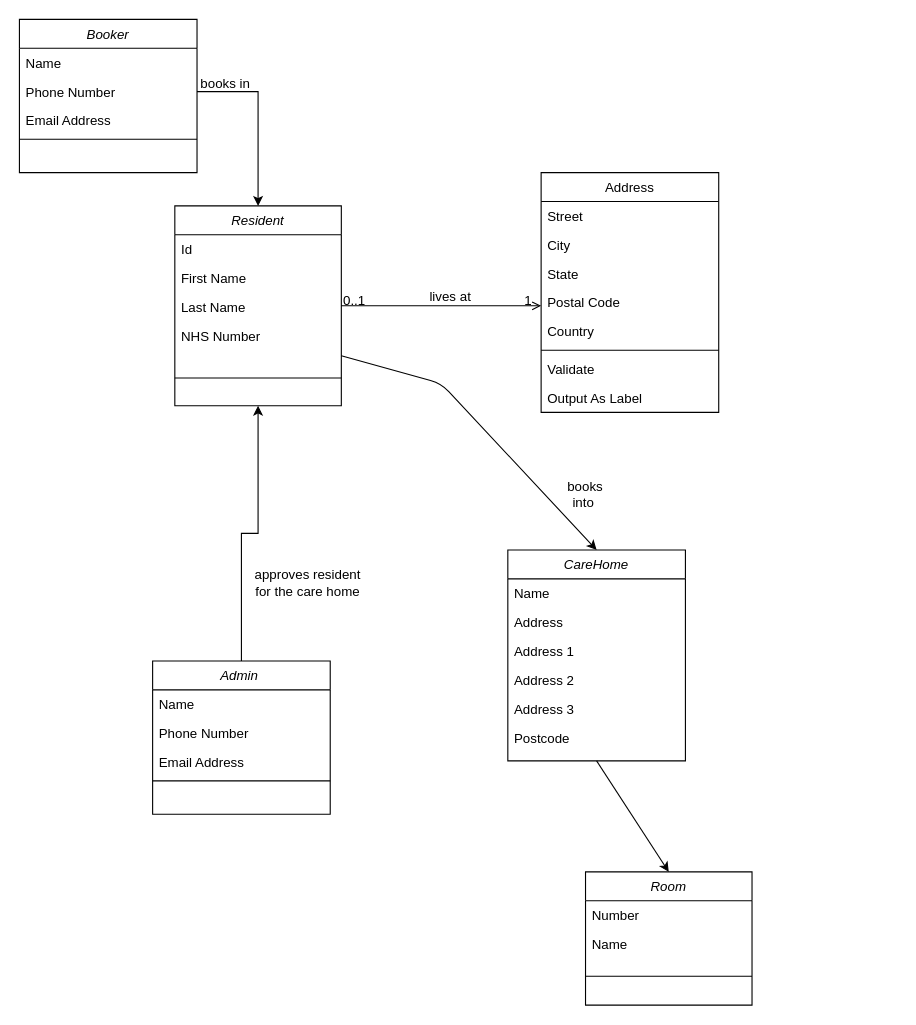
Before: CareHomeClassDiagram.drawio in mattwatts36/drawings, a draw.io diagram. Source tidied: cells renumbered, new cells numbered last; positions are measured from the earlier drawing's top-left corner, leaving out a move shared by most shapes. Both pictures are drawn from the tidied source at 111%, with x=0, y=0 at pixel (19, 19).
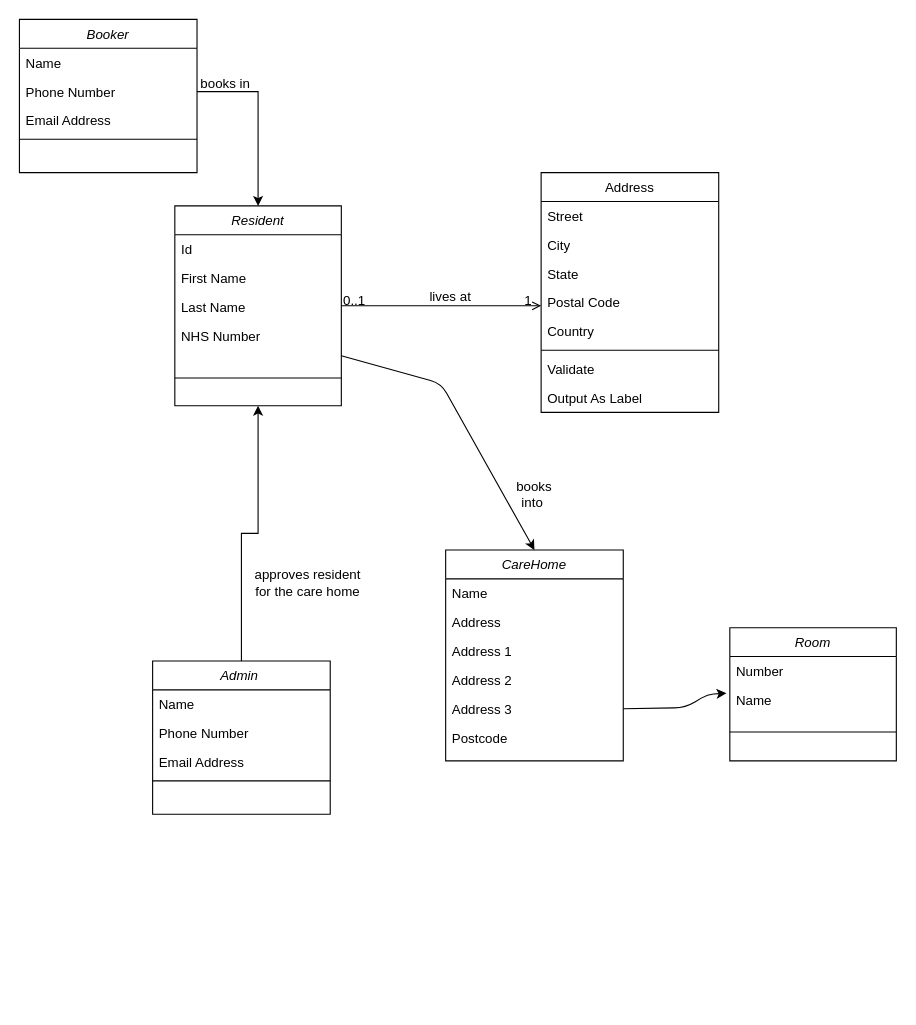
After the change.

Unchanged cells that the change refers to:
```xml
<mxCell id="38" value="Address 3" style="text;align=left;verticalAlign=top;spacingLeft=4;spacingRight=4;overflow=hidden;points=[[0,0.5],[1,0.5]];portConstraint=eastwest;" parent="33" vertex="1">
  <mxGeometry y="130" width="160" height="26" as="geometry" />
</mxCell>
<mxCell id="46" value="Name" style="text;align=left;verticalAlign=top;spacingLeft=4;spacingRight=4;overflow=hidden;points=[[0,0.5],[1,0.5]];portConstraint=eastwest;" parent="44" vertex="1">
  <mxGeometry y="52" width="150" height="26" as="geometry" />
</mxCell>
```

Diff of the diagram source:
```diff
@@
     <mxCell id="33" value="CareHome" style="swimlane;fontStyle=2;align=center;verticalAlign=top;horizontal=1;startSize=26;rounded=0;shadow=0;strokeWidth=1;" parent="1" vertex="1">
-      <mxGeometry x="440" y="478" width="160" height="190" as="geometry" />
+      <mxGeometry x="384" y="478" width="160" height="190" as="geometry" />
     </mxCell>
@@
     <mxCell id="41" value="books into&amp;nbsp;" style="text;html=1;strokeColor=none;fillColor=none;align=center;verticalAlign=middle;whiteSpace=wrap;rounded=0;" parent="1" vertex="1">
-      <mxGeometry x="490" y="418" width="40" height="20" as="geometry" />
+      <mxGeometry x="444" y="418" width="40" height="20" as="geometry" />
     </mxCell>
@@
     <mxCell id="44" value="Room" style="swimlane;fontStyle=2;align=center;verticalAlign=top;horizontal=1;startSize=26;rounded=0;shadow=0;strokeWidth=1;" parent="1" vertex="1">
-      <mxGeometry x="510" y="768" width="150" height="120" as="geometry" />
+      <mxGeometry x="640" y="548" width="150" height="120" as="geometry" />
     </mxCell>
@@
-    <mxCell id="48" style="endArrow=classic;html=1;entryX=0.5;entryY=0;entryDx=0;entryDy=0;" parent="1" edge="1" target="44">
+    <mxCell id="48" style="endArrow=classic;html=1;entryX=-0.02;entryY=0.269;entryDx=0;entryDy=0;exitX=1;exitY=0.5;exitDx=0;exitDy=0;entryPerimeter=0;" parent="1" edge="1" source="38" target="46">
       <mxGeometry relative="1" as="geometry">
-        <mxPoint x="520" y="668" as="sourcePoint" />
+        <Array as="points">
+          <mxPoint x="600" y="620" />
+          <mxPoint x="620" y="608" />
+        </Array>
       </mxGeometry>
     </mxCell>
```
